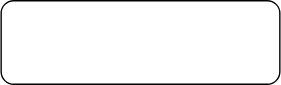
This is attachments/1629432112010.drawio.svg from simbahebinbo/smallfat.github.io, a draw.io export, as it was before one commit. Source tidied: cells renumbered, new cells last; positions are measured from the earlier drawing's top-left corner, leaving out a move shared by most shapes.
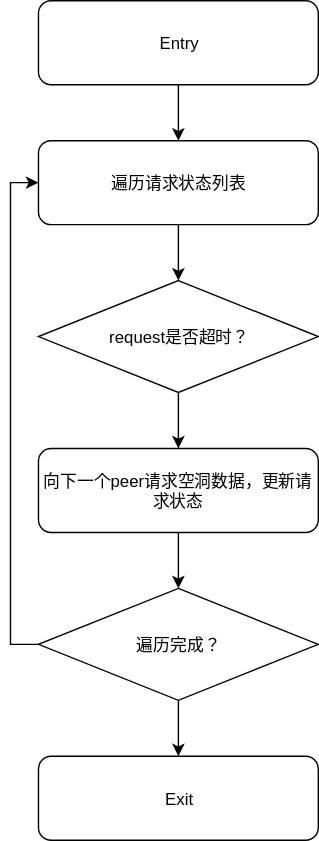
After the commit.

Commit message:
添加附件 : attachments/1629432112010.drawio.svg

The edit, as a diff of the source:
```diff
@@ -2,8 +2,41 @@
   <root>
     <mxCell id="0" />
     <mxCell id="1" parent="0" />
+    <mxCell id="3" style="edgeStyle=orthogonalEdgeStyle;rounded=0;jettySize=auto;html=1;" parent="1" edge="1" source="2" target="5">
+      <mxGeometry relative="1" as="geometry" />
+    </mxCell>
-    <mxCell id="2" style="rounded=1;whiteSpace=wrap;html=1;" parent="1" vertex="1">
+    <mxCell id="2" value="Entry" style="rounded=1;whiteSpace=wrap;html=1;" parent="1" vertex="1">
       <mxGeometry width="200" height="60" as="geometry" />
     </mxCell>
+    <mxCell id="4" style="edgeStyle=orthogonalEdgeStyle;rounded=0;jettySize=auto;html=1;" parent="1" edge="1" source="5" target="10">
+      <mxGeometry relative="1" as="geometry" />
+    </mxCell>
+    <mxCell id="5" value="遍历请求状态列表" style="rounded=1;whiteSpace=wrap;html=1;" parent="1" vertex="1">
+      <mxGeometry y="100" width="200" height="60" as="geometry" />
+    </mxCell>
+    <mxCell id="6" style="edgeStyle=orthogonalEdgeStyle;rounded=0;jettySize=auto;html=1;" parent="1" edge="1" source="7" target="13">
+      <mxGeometry relative="1" as="geometry" />
+    </mxCell>
+    <mxCell id="7" value="向下一个peer请求空洞数据，更新请求状态" style="rounded=1;whiteSpace=wrap;html=1;" parent="1" vertex="1">
+      <mxGeometry y="320" width="200" height="60" as="geometry" />
+    </mxCell>
+    <mxCell id="8" value="Exit" style="rounded=1;whiteSpace=wrap;html=1;" parent="1" vertex="1">
+      <mxGeometry y="540" width="200" height="60" as="geometry" />
+    </mxCell>
+    <mxCell id="9" style="edgeStyle=orthogonalEdgeStyle;rounded=0;jettySize=auto;html=1;" parent="1" edge="1" source="10" target="7">
+      <mxGeometry relative="1" as="geometry" />
+    </mxCell>
+    <mxCell id="10" value="request是否超时？" style="rhombus;whiteSpace=wrap;html=1;" parent="1" vertex="1">
+      <mxGeometry y="200" width="200" height="80" as="geometry" />
+    </mxCell>
+    <mxCell id="11" style="edgeStyle=orthogonalEdgeStyle;rounded=0;jettySize=auto;html=1;" parent="1" edge="1" source="13" target="8">
+      <mxGeometry relative="1" as="geometry" />
+    </mxCell>
+    <mxCell id="12" style="edgeStyle=orthogonalEdgeStyle;rounded=0;jettySize=auto;html=1;exitX=0;exitY=0.5;exitDx=0;exitDy=0;entryX=0;entryY=0.5;entryDx=0;entryDy=0;" parent="1" edge="1" source="13" target="5">
+      <mxGeometry relative="1" as="geometry" />
+    </mxCell>
+    <mxCell id="13" value="遍历完成？" style="rhombus;whiteSpace=wrap;html=1;" parent="1" vertex="1">
+      <mxGeometry y="420" width="200" height="80" as="geometry" />
+    </mxCell>
   </root>
 </mxGraphModel>
```
